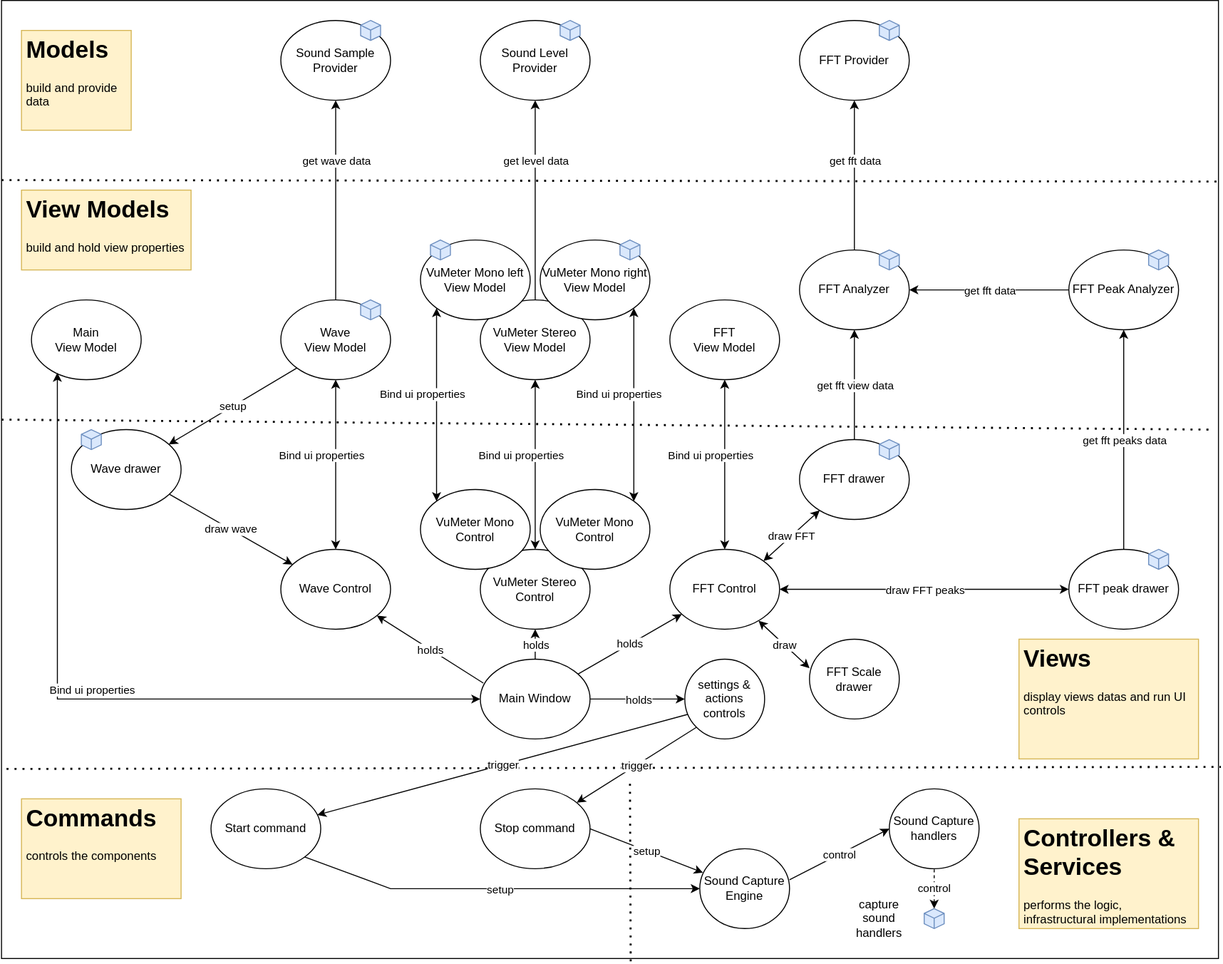
franck-gaspoz/WindowsAudioSessionSample keeps this draw.io diagram as Doc/components1.drawio.svg. Above is the earlier version. Source tidied: cells renumbered, new cells last; positions are measured from the earlier drawing's top-left corner, leaving out a move shared by most shapes.
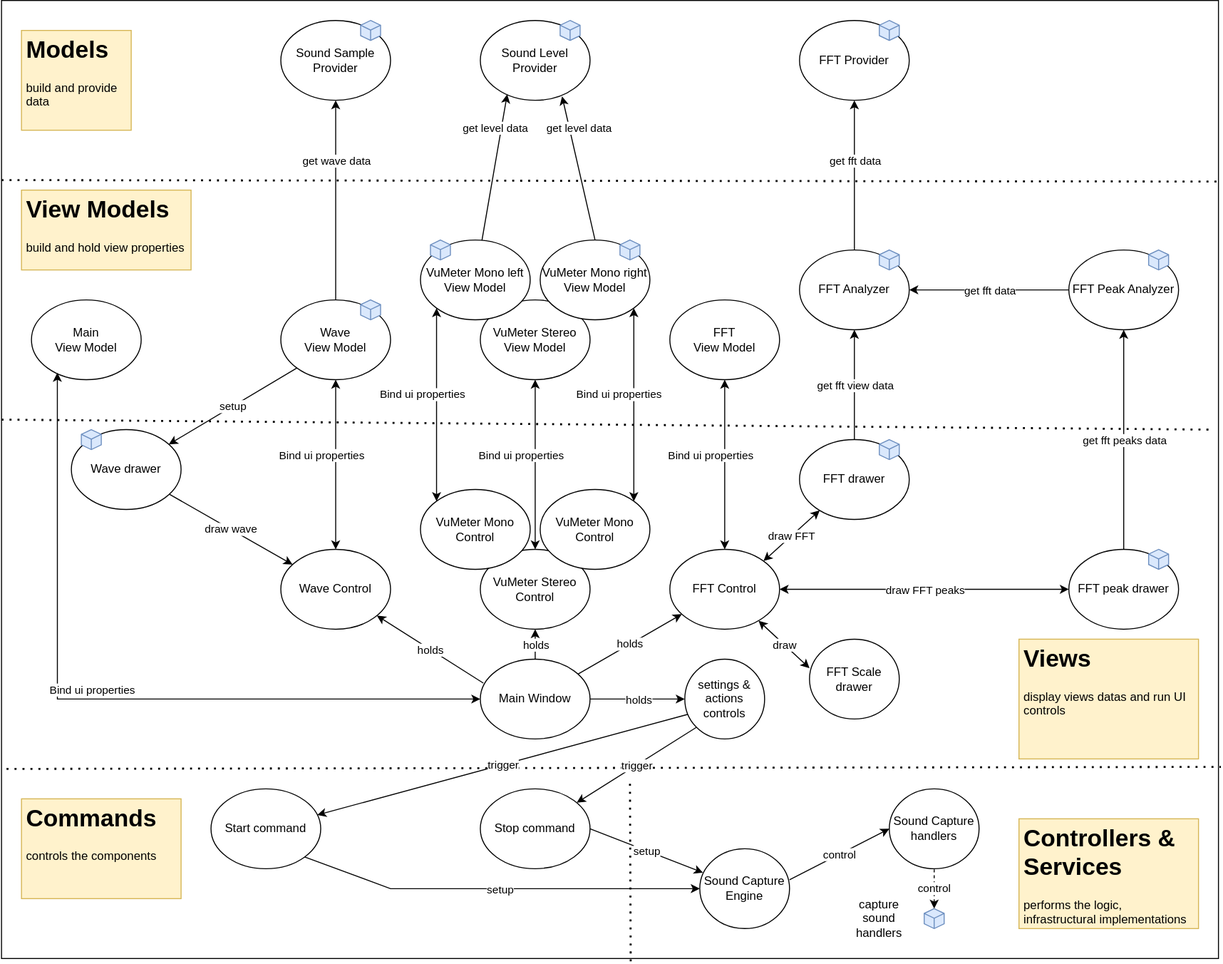
After the commit.

Change to the diagram source:
```diff
@@ -115,10 +115,8 @@
     <mxCell id="36" value="VuMeter Stereo View Model" style="ellipse;whiteSpace=wrap;html=1;" parent="1" vertex="1">
       <mxGeometry x="480" y="300" width="110" height="80" as="geometry" />
     </mxCell>
-    <mxCell id="37" style="endArrow=classic;html=1;rounded=0;" parent="1" edge="1" source="36">
-      <mxGeometry relative="1" as="geometry">
-        <mxPoint x="535" y="100" as="targetPoint" />
-      </mxGeometry>
+    <mxCell id="37" style="endArrow=classic;html=1;rounded=0;entryX=0.245;entryY=0.925;entryDx=0;entryDy=0;entryPerimeter=0;" parent="1" edge="1" source="44" target="35">
+      <mxGeometry relative="1" as="geometry" />
     </mxCell>
     <mxCell id="38" value="get level data" style="edgeLabel;html=1;align=center;verticalAlign=middle;" parent="37" vertex="1">
       <mxGeometry relative="1" as="geometry">
@@ -346,5 +344,13 @@
     <mxCell id="103" value="draw" style="edgeLabel;html=1;align=center;verticalAlign=middle;" parent="102" vertex="1">
       <mxGeometry relative="1" as="geometry" />
     </mxCell>
+    <mxCell id="104" style="endArrow=classic;html=1;rounded=0;entryX=0.745;entryY=0.95;entryDx=0;entryDy=0;entryPerimeter=0;exitX=0.5;exitY=0;exitDx=0;exitDy=0;" parent="1" edge="1" source="45" target="35">
+      <mxGeometry relative="1" as="geometry" />
+    </mxCell>
+    <mxCell id="105" value="get level data" style="edgeLabel;html=1;align=center;verticalAlign=middle;" parent="104" vertex="1">
+      <mxGeometry relative="1" as="geometry">
+        <mxPoint y="-40" as="offset" />
+      </mxGeometry>
+    </mxCell>
   </root>
 </mxGraphModel>
```
